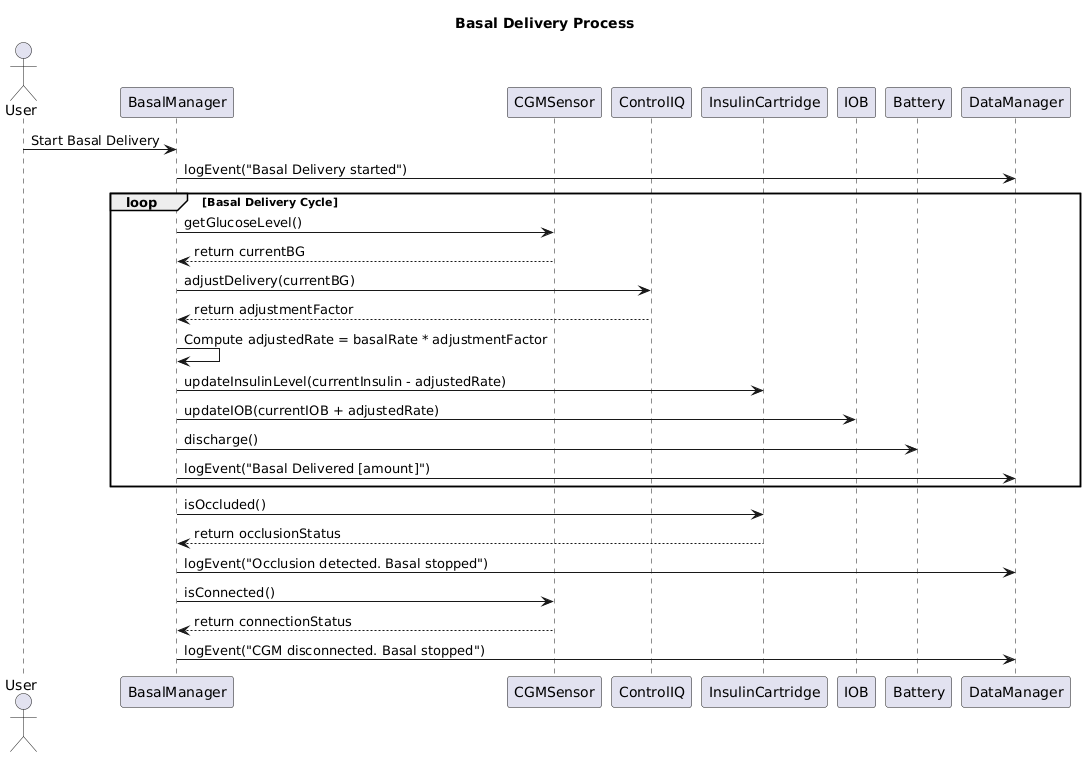
This is Sequence Diagrams/BasalDelivery.png from nik3tR/Insulin-Pump-Sim, a PlantUML export, as it was before one commit. Its diagram source:
```plantuml
@startuml
title Basal Delivery Process

actor User
participant "BasalManager" as BM
participant "CGMSensor" as CGM
participant "ControlIQ" as CIQ
participant "InsulinCartridge" as IC
participant "IOB" as IOB
participant "Battery" as Bat
participant "DataManager" as DM

User -> BM: Start Basal Delivery
BM -> DM: logEvent("Basal Delivery started")

loop Basal Delivery Cycle
    BM -> CGM: getGlucoseLevel()
    CGM --> BM: return currentBG
    BM -> CIQ: adjustDelivery(currentBG)
    CIQ --> BM: return adjustmentFactor
    BM -> BM: Compute adjustedRate = basalRate * adjustmentFactor
    BM -> IC: updateInsulinLevel(currentInsulin - adjustedRate)
    BM -> IOB: updateIOB(currentIOB + adjustedRate)
    BM -> Bat: discharge()
    BM -> DM: logEvent("Basal Delivered [amount]")
end

BM -> IC: isOccluded()
IC --> BM: return occlusionStatus
BM -> DM: logEvent("Occlusion detected. Basal stopped")

BM -> CGM: isConnected()
CGM --> BM: return connectionStatus
BM -> DM: logEvent("CGM disconnected. Basal stopped")
@enduml
```
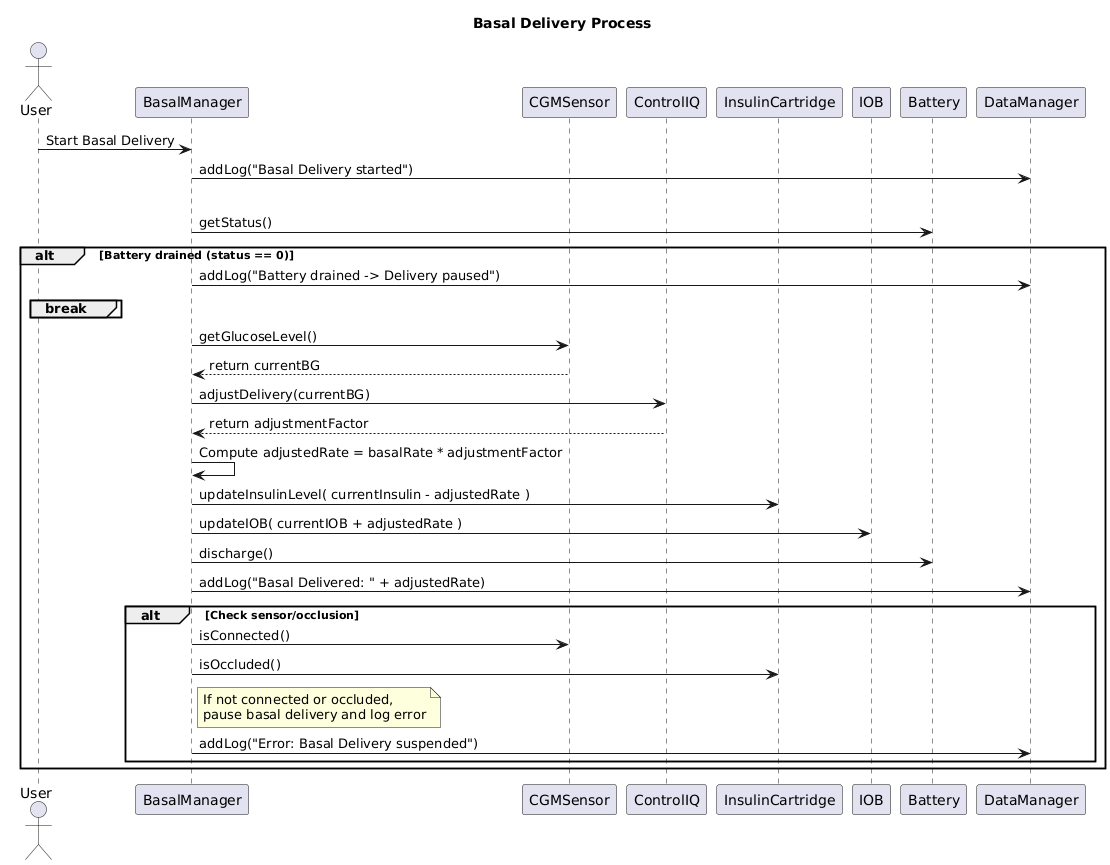
Later version of the same file.

The edit, as a diff of the source:
```diff
@@ -11,25 +11,31 @@
 participant "DataManager" as DM
 
 User -> BM: Start Basal Delivery
-BM -> DM: logEvent("Basal Delivery started")
+BM -> DM: addLog("Basal Delivery started")
 
-loop Basal Delivery Cycle
+loop Each cycle (every 10 sec)
+    BM -> Bat: getStatus()
+    alt Battery drained (status == 0)
+        BM -> DM: addLog("Battery drained -> Delivery paused")
+        break
+    end
+
     BM -> CGM: getGlucoseLevel()
     CGM --> BM: return currentBG
     BM -> CIQ: adjustDelivery(currentBG)
     CIQ --> BM: return adjustmentFactor
     BM -> BM: Compute adjustedRate = basalRate * adjustmentFactor
-    BM -> IC: updateInsulinLevel(currentInsulin - adjustedRate)
-    BM -> IOB: updateIOB(currentIOB + adjustedRate)
+
+    BM -> IC: updateInsulinLevel( currentInsulin - adjustedRate )
+    BM -> IOB: updateIOB( currentIOB + adjustedRate )
     BM -> Bat: discharge()
-    BM -> DM: logEvent("Basal Delivered [amount]")
+    BM -> DM: addLog("Basal Delivered: " + adjustedRate)
+
+    alt Check sensor/occlusion
+        BM -> CGM: isConnected()
+        BM -> IC: isOccluded()
+        note right of BM: If not connected or occluded,\npause basal delivery and log error
+        BM -> DM: addLog("Error: Basal Delivery suspended")
+    end
 end
-
-BM -> IC: isOccluded()
-IC --> BM: return occlusionStatus
-BM -> DM: logEvent("Occlusion detected. Basal stopped")
-
-BM -> CGM: isConnected()
-CGM --> BM: return connectionStatus
-BM -> DM: logEvent("CGM disconnected. Basal stopped")
 @enduml
```
